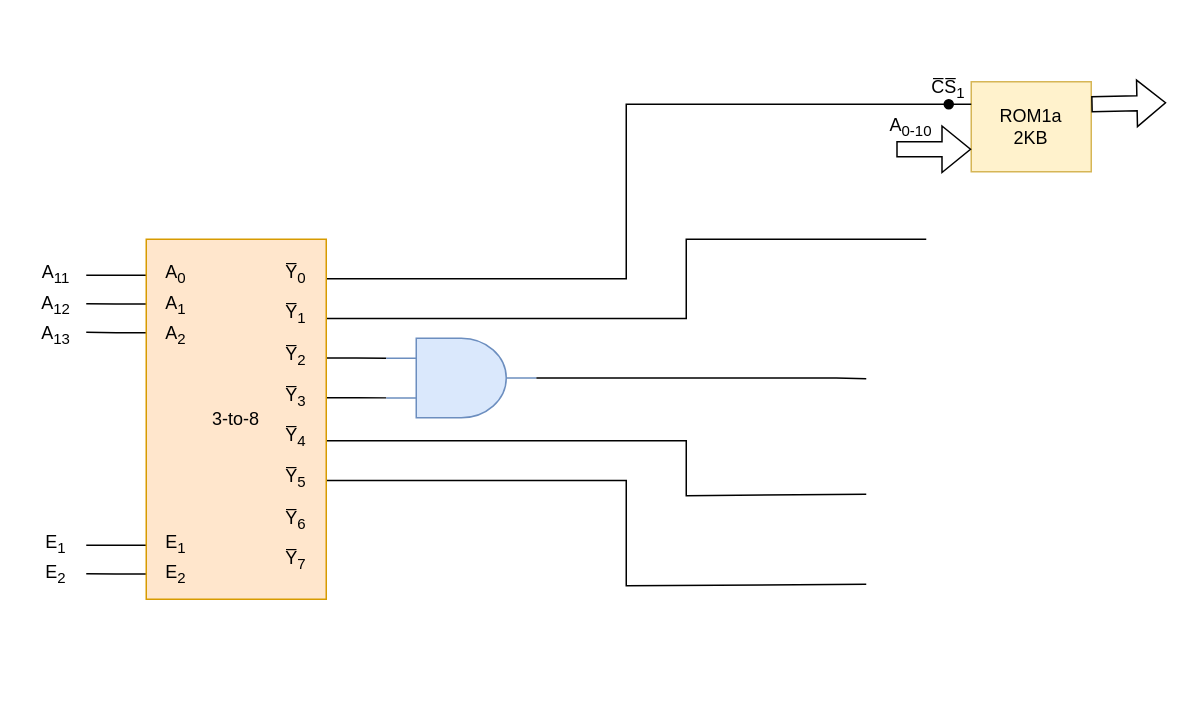
konstantinosk31/Microcomputer-Systems keeps this draw.io diagram as 2nd Series/Exercise6_Circuit.drawio. Above is the earlier version. Source tidied: cells renumbered, new cells numbered last; positions are measured from the earlier drawing's top-left corner, leaving out a move shared by most shapes. Both pictures are drawn from the tidied source at 150%, with x=0, y=0 at pixel (26, 74).
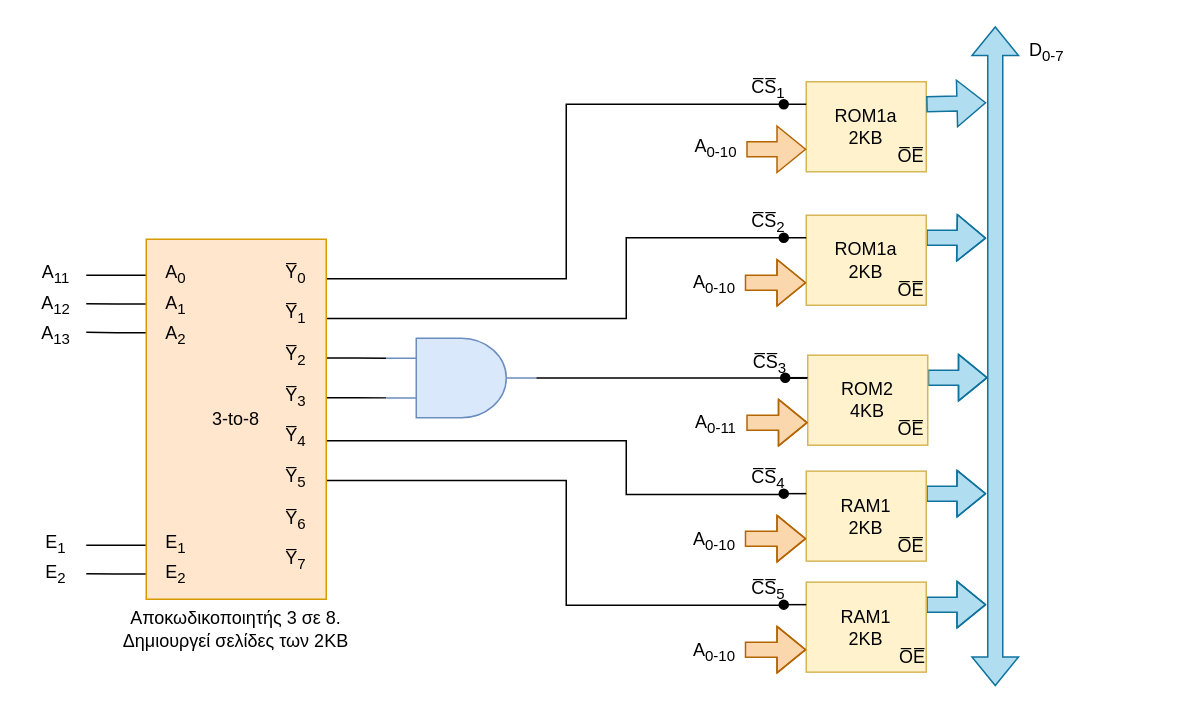
The same page after the edit.

Unchanged cells that the change refers to:
```xml
<mxCell id="13" value="&lt;div&gt;3-to-8&lt;/div&gt;" style="rounded=0;whiteSpace=wrap;html=1;points=[[0,0.1,0,0,0],[0,0.18,0,0,0],[0,0.26,0,0,0],[0,0.85,0,0,0],[0,0.93,0,0,0],[1,0.11,0,0,0],[1,0.22,0,0,0],[1,0.33,0,0,0],[1,0.44,0,0,0],[1,0.56,0,0,0],[1,0.67,0,0,0],[1,0.78,0,0,0],[1,0.89,0,0,0]];fillColor=#ffe6cc;strokeColor=#d79b00;" parent="1" vertex="1">
  <mxGeometry x="80" y="110" width="120" height="240" as="geometry" />
</mxCell>
<mxCell id="33" style="verticalLabelPosition=bottom;shadow=0;dashed=0;align=center;html=1;verticalAlign=top;shape=mxgraph.electrical.logic_gates.logic_gate;operation=and;rotation=0;fillColor=#dae8fc;strokeColor=#6c8ebf;" parent="1" vertex="1">
  <mxGeometry x="240" y="176" width="100" height="53" as="geometry" />
</mxCell>
```

Diff of the diagram source:
```diff
@@
-    <mxCell id="9" style="edgeStyle=orthogonalEdgeStyle;rounded=0;jettySize=auto;html=1;exitX=1;exitY=0.56;exitDx=0;exitDy=0;exitPerimeter=0;endArrow=none;endFill=0;" parent="1" edge="1" source="13">
+    <mxCell id="9" style="edgeStyle=orthogonalEdgeStyle;rounded=0;jettySize=auto;html=1;exitX=1;exitY=0.56;exitDx=0;exitDy=0;exitPerimeter=0;endArrow=none;endFill=0;entryX=0.853;entryY=1.01;entryDx=0;entryDy=0;entryPerimeter=0;" parent="1" edge="1" source="13" target="58">
       <mxGeometry relative="1" as="geometry">
-        <mxPoint x="560" y="280" as="targetPoint" />
         <Array as="points">
-          <mxPoint x="440" y="244" />
-          <mxPoint x="440" y="281" />
+          <mxPoint x="400" y="244" />
+          <mxPoint x="400" y="280" />
         </Array>
       </mxGeometry>
     </mxCell>
-    <mxCell id="10" style="edgeStyle=orthogonalEdgeStyle;rounded=0;jettySize=auto;html=1;exitX=1;exitY=0.67;exitDx=0;exitDy=0;exitPerimeter=0;endArrow=none;endFill=0;" parent="1" edge="1" source="13">
+    <mxCell id="10" style="edgeStyle=orthogonalEdgeStyle;rounded=0;jettySize=auto;html=1;exitX=1;exitY=0.67;exitDx=0;exitDy=0;exitPerimeter=0;endArrow=none;endFill=0;entryX=0.75;entryY=1;entryDx=0;entryDy=0;" parent="1" edge="1" source="13" target="64">
       <mxGeometry relative="1" as="geometry">
-        <mxPoint x="560" y="340" as="targetPoint" />
         <Array as="points">
-          <mxPoint x="400" y="271" />
-          <mxPoint x="400" y="341" />
+          <mxPoint x="360" y="271" />
+          <mxPoint x="360" y="354" />
         </Array>
       </mxGeometry>
     </mxCell>
-    <mxCell id="11" style="edgeStyle=orthogonalEdgeStyle;rounded=0;jettySize=auto;html=1;exitX=1;exitY=0.22;exitDx=0;exitDy=0;exitPerimeter=0;endArrow=none;endFill=0;" parent="1" edge="1" source="13">
+    <mxCell id="11" style="edgeStyle=orthogonalEdgeStyle;rounded=0;jettySize=auto;html=1;exitX=1;exitY=0.22;exitDx=0;exitDy=0;exitPerimeter=0;endArrow=none;endFill=0;entryX=0;entryY=0.25;entryDx=-15;entryDy=0;entryPerimeter=0;" parent="1" edge="1" source="13" target="42">
       <mxGeometry relative="1" as="geometry">
-        <mxPoint x="600" y="110" as="targetPoint" />
         <Array as="points">
-          <mxPoint x="440" y="163" />
-          <mxPoint x="440" y="110" />
+          <mxPoint x="400" y="163" />
+          <mxPoint x="400" y="109" />
         </Array>
       </mxGeometry>
     </mxCell>
     <mxCell id="12" style="edgeStyle=orthogonalEdgeStyle;rounded=0;jettySize=auto;html=1;exitX=1;exitY=0.11;exitDx=0;exitDy=0;exitPerimeter=0;endArrow=none;endFill=0;entryX=0;entryY=0.25;entryDx=-15;entryDy=0;entryPerimeter=0;" parent="1" edge="1" source="13" target="34">
       <mxGeometry relative="1" as="geometry">
         <Array as="points">
-          <mxPoint x="400" y="136" />
-          <mxPoint x="400" y="20" />
+          <mxPoint x="360" y="136" />
+          <mxPoint x="360" y="20" />
         </Array>
       </mxGeometry>
     </mxCell>
@@
-    <mxCell id="32" style="edgeStyle=orthogonalEdgeStyle;rounded=0;jettySize=auto;html=1;exitX=1;exitY=0.5;exitDx=0;exitDy=0;exitPerimeter=0;endArrow=none;endFill=0;" parent="1" edge="1" source="33">
+    <mxCell id="32" style="edgeStyle=orthogonalEdgeStyle;rounded=0;jettySize=auto;html=1;exitX=1;exitY=0.5;exitDx=0;exitDy=0;exitPerimeter=0;endArrow=none;endFill=0;entryX=0.75;entryY=1;entryDx=0;entryDy=0;" parent="1" edge="1" source="33" target="52">
       <mxGeometry relative="1" as="geometry">
-        <mxPoint x="560" y="203" as="targetPoint" />
         <Array as="points">
-          <mxPoint x="540" y="203" />
+          <mxPoint x="560" y="203" />
+          <mxPoint x="560" y="203" />
         </Array>
       </mxGeometry>
     </mxCell>
@@
     <mxCell id="34" value="&lt;div&gt;ROM1a&lt;/div&gt;&lt;div&gt;2KB&lt;br&gt;&lt;/div&gt;" style="rounded=0;whiteSpace=wrap;html=1;fillColor=#fff2cc;strokeColor=#d6b656;points=[[0,0,0,0,0],[0,0.25,0,-15,0],[0,0.25,0,0,0],[0,0.5,0,0,0],[0,0.75,0,0,0],[0,1,0,0,0],[0.25,0,0,0,0],[0.25,1,0,0,0],[0.5,0,0,0,0],[0.5,1,0,0,0],[0.75,0,0,0,0],[0.75,1,0,0,0],[1,0,0,0,0],[1,0.25,0,0,0],[1,0.5,0,0,0],[1,0.75,0,0,0],[1,1,0,0,0]];" parent="1" vertex="1">
-      <mxGeometry x="630" y="5" width="80" height="60" as="geometry" />
+      <mxGeometry x="520" y="5" width="80" height="60" as="geometry" />
     </mxCell>
@@
     <mxCell id="36" value="C̅S̅&lt;sub&gt;1&lt;/sub&gt;" style="text;html=1;align=center;verticalAlign=middle;whiteSpace=wrap;rounded=0;" parent="1" vertex="1">
-      <mxGeometry x="600" width="30" height="20" as="geometry" />
+      <mxGeometry x="480" width="30" height="20" as="geometry" />
     </mxCell>
-    <mxCell id="37" style="shape=flexArrow;endArrow=classic;html=1;rounded=0;entryX=0;entryY=0.75;entryDx=0;entryDy=0;entryPerimeter=0;" parent="1" edge="1" target="34">
-      <mxGeometry relative="1" as="geometry">
-        <mxPoint x="580" y="50" as="sourcePoint" />
-      </mxGeometry>
-    </mxCell>
     <mxCell id="38" value="A&lt;sub&gt;0-10&lt;/sub&gt;" style="text;html=1;align=center;verticalAlign=middle;whiteSpace=wrap;rounded=0;" parent="1" vertex="1">
-      <mxGeometry x="570" y="25" width="40" height="20" as="geometry" />
+      <mxGeometry x="440" y="39" width="40" height="20" as="geometry" />
     </mxCell>
-    <mxCell id="39" style="shape=flexArrow;endArrow=classic;html=1;rounded=0;exitX=1;exitY=0.25;exitDx=0;exitDy=0;exitPerimeter=0;" parent="1" edge="1" source="34">
+    <mxCell id="39" style="shape=flexArrow;endArrow=classic;html=1;rounded=0;exitX=1;exitY=0.25;exitDx=0;exitDy=0;exitPerimeter=0;fillColor=#b1ddf0;strokeColor=#10739e;" parent="1" edge="1" source="34">
       <mxGeometry relative="1" as="geometry">
-        <mxPoint x="760" y="19" as="targetPoint" />
+        <mxPoint x="640" y="19" as="targetPoint" />
       </mxGeometry>
     </mxCell>
+    <mxCell id="40" style="edgeStyle=orthogonalEdgeStyle;rounded=0;jettySize=auto;html=1;entryX=0;entryY=0.75;entryDx=0;entryDy=0;entryPerimeter=0;shape=flexArrow;fillColor=#fad7ac;strokeColor=#b46504;" parent="1" edge="1" source="38" target="34">
+      <mxGeometry relative="1" as="geometry">
+        <Array as="points">
+          <mxPoint x="470" y="50" />
+          <mxPoint x="470" y="50" />
+        </Array>
+      </mxGeometry>
+    </mxCell>
+    <mxCell id="41" style="edgeStyle=orthogonalEdgeStyle;rounded=0;jettySize=auto;html=1;exitX=1;exitY=0.25;exitDx=0;exitDy=0;exitPerimeter=0;shape=flexArrow;fillColor=#b1ddf0;strokeColor=#10739e;" parent="1" edge="1" source="42">
+      <mxGeometry relative="1" as="geometry">
+        <mxPoint x="640" y="109.3" as="targetPoint" />
+      </mxGeometry>
+    </mxCell>
+    <mxCell id="42" value="&lt;div&gt;ROM1a&lt;/div&gt;&lt;div&gt;2KB&lt;br&gt;&lt;/div&gt;" style="rounded=0;whiteSpace=wrap;html=1;fillColor=#fff2cc;strokeColor=#d6b656;points=[[0,0,0,0,0],[0,0.25,0,-15,0],[0,0.25,0,0,0],[0,0.5,0,0,0],[0,0.75,0,0,0],[0,1,0,0,0],[0.25,0,0,0,0],[0.25,1,0,0,0],[0.5,0,0,0,0],[0.5,1,0,0,0],[0.75,0,0,0,0],[0.75,1,0,0,0],[1,0,0,0,0],[1,0.25,0,0,0],[1,0.5,0,0,0],[1,0.75,0,0,0],[1,1,0,0,0]];" parent="1" vertex="1">
+      <mxGeometry x="520" y="94" width="80" height="60" as="geometry" />
+    </mxCell>
+    <mxCell id="43" value="A&lt;sub&gt;0-10&lt;/sub&gt;" style="text;html=1;align=center;verticalAlign=middle;whiteSpace=wrap;rounded=0;" parent="1" vertex="1">
+      <mxGeometry x="439" y="130" width="40" height="20" as="geometry" />
+    </mxCell>
+    <mxCell id="44" style="edgeStyle=orthogonalEdgeStyle;rounded=0;jettySize=auto;html=1;entryX=0;entryY=0.75;entryDx=0;entryDy=0;entryPerimeter=0;shape=flexArrow;fillColor=#fad7ac;strokeColor=#b46504;" parent="1" edge="1" source="43" target="42">
+      <mxGeometry relative="1" as="geometry">
+        <Array as="points">
+          <mxPoint x="500" y="139" />
+        </Array>
+      </mxGeometry>
+    </mxCell>
+    <mxCell id="45" style="edgeStyle=orthogonalEdgeStyle;rounded=0;jettySize=auto;html=1;exitX=0;exitY=0.25;exitDx=0;exitDy=0;exitPerimeter=0;entryX=0;entryY=0.25;entryDx=-15;entryDy=0;entryPerimeter=0;endArrow=oval;endFill=1;" parent="1" edge="1" source="42">
+      <mxGeometry relative="1" as="geometry">
+        <mxPoint x="505" y="109.4" as="targetPoint" />
+      </mxGeometry>
+    </mxCell>
+    <mxCell id="46" value="C̅S̅&lt;sub&gt;2&lt;/sub&gt;" style="text;html=1;align=center;verticalAlign=middle;whiteSpace=wrap;rounded=0;" parent="1" vertex="1">
+      <mxGeometry x="480" y="89.4" width="30" height="20" as="geometry" />
+    </mxCell>
+    <mxCell id="47" style="edgeStyle=orthogonalEdgeStyle;rounded=0;jettySize=auto;html=1;exitX=1;exitY=0.25;exitDx=0;exitDy=0;exitPerimeter=0;shape=flexArrow;fillColor=#b1ddf0;strokeColor=#10739e;" parent="1" edge="1" source="48">
+      <mxGeometry relative="1" as="geometry">
+        <mxPoint x="641" y="202.3" as="targetPoint" />
+      </mxGeometry>
+    </mxCell>
+    <mxCell id="48" value="&lt;div&gt;ROM2&lt;/div&gt;&lt;div&gt;4KB&lt;br&gt;&lt;/div&gt;" style="rounded=0;whiteSpace=wrap;html=1;fillColor=#fff2cc;strokeColor=#d6b656;points=[[0,0,0,0,0],[0,0.25,0,-15,0],[0,0.25,0,0,0],[0,0.5,0,0,0],[0,0.75,0,0,0],[0,1,0,0,0],[0.25,0,0,0,0],[0.25,1,0,0,0],[0.5,0,0,0,0],[0.5,1,0,0,0],[0.75,0,0,0,0],[0.75,1,0,0,0],[1,0,0,0,0],[1,0.25,0,0,0],[1,0.5,0,0,0],[1,0.75,0,0,0],[1,1,0,0,0]];" parent="1" vertex="1">
+      <mxGeometry x="521" y="187.3" width="80" height="60" as="geometry" />
+    </mxCell>
+    <mxCell id="49" value="A&lt;sub&gt;0-11&lt;/sub&gt;" style="text;html=1;align=center;verticalAlign=middle;whiteSpace=wrap;rounded=0;" parent="1" vertex="1">
+      <mxGeometry x="440" y="223.3" width="40" height="20" as="geometry" />
+    </mxCell>
+    <mxCell id="50" style="edgeStyle=orthogonalEdgeStyle;rounded=0;jettySize=auto;html=1;entryX=0;entryY=0.75;entryDx=0;entryDy=0;entryPerimeter=0;shape=flexArrow;fillColor=#fad7ac;strokeColor=#b46504;" parent="1" edge="1" source="49" target="48">
+      <mxGeometry relative="1" as="geometry">
+        <Array as="points">
+          <mxPoint x="501" y="232.3" />
+        </Array>
+      </mxGeometry>
+    </mxCell>
+    <mxCell id="51" style="edgeStyle=orthogonalEdgeStyle;rounded=0;jettySize=auto;html=1;exitX=0;exitY=0.25;exitDx=0;exitDy=0;exitPerimeter=0;entryX=0;entryY=0.25;entryDx=-15;entryDy=0;entryPerimeter=0;endArrow=oval;endFill=1;" parent="1" edge="1" source="48">
+      <mxGeometry relative="1" as="geometry">
+        <mxPoint x="506" y="202.7" as="targetPoint" />
+      </mxGeometry>
+    </mxCell>
+    <mxCell id="52" value="C̅S̅&lt;sub&gt;3&lt;/sub&gt;" style="text;html=1;align=center;verticalAlign=middle;whiteSpace=wrap;rounded=0;" parent="1" vertex="1">
+      <mxGeometry x="481" y="182.7" width="30" height="20" as="geometry" />
+    </mxCell>
+    <mxCell id="53" style="edgeStyle=orthogonalEdgeStyle;rounded=0;jettySize=auto;html=1;exitX=1;exitY=0.25;exitDx=0;exitDy=0;exitPerimeter=0;shape=flexArrow;fillColor=#b1ddf0;strokeColor=#10739e;" parent="1" edge="1" source="54">
+      <mxGeometry relative="1" as="geometry">
+        <mxPoint x="640" y="279.6" as="targetPoint" />
+      </mxGeometry>
+    </mxCell>
+    <mxCell id="54" value="&lt;div&gt;RAM1&lt;/div&gt;&lt;div&gt;2KB&lt;br&gt;&lt;/div&gt;" style="rounded=0;whiteSpace=wrap;html=1;fillColor=#fff2cc;strokeColor=#d6b656;points=[[0,0,0,0,0],[0,0.25,0,-15,0],[0,0.25,0,0,0],[0,0.5,0,0,0],[0,0.75,0,0,0],[0,1,0,0,0],[0.25,0,0,0,0],[0.25,1,0,0,0],[0.5,0,0,0,0],[0.5,1,0,0,0],[0.75,0,0,0,0],[0.75,1,0,0,0],[1,0,0,0,0],[1,0.25,0,0,0],[1,0.5,0,0,0],[1,0.75,0,0,0],[1,1,0,0,0]];" parent="1" vertex="1">
+      <mxGeometry x="520" y="264.6" width="80" height="60" as="geometry" />
+    </mxCell>
+    <mxCell id="55" value="A&lt;sub&gt;0-10&lt;/sub&gt;" style="text;html=1;align=center;verticalAlign=middle;whiteSpace=wrap;rounded=0;" parent="1" vertex="1">
+      <mxGeometry x="439" y="300.6" width="40" height="20" as="geometry" />
+    </mxCell>
+    <mxCell id="56" style="edgeStyle=orthogonalEdgeStyle;rounded=0;jettySize=auto;html=1;entryX=0;entryY=0.75;entryDx=0;entryDy=0;entryPerimeter=0;shape=flexArrow;fillColor=#fad7ac;strokeColor=#b46504;" parent="1" edge="1" source="55" target="54">
+      <mxGeometry relative="1" as="geometry">
+        <Array as="points">
+          <mxPoint x="500" y="309.6" />
+        </Array>
+      </mxGeometry>
+    </mxCell>
+    <mxCell id="57" style="edgeStyle=orthogonalEdgeStyle;rounded=0;jettySize=auto;html=1;exitX=0;exitY=0.25;exitDx=0;exitDy=0;exitPerimeter=0;entryX=0;entryY=0.25;entryDx=-15;entryDy=0;entryPerimeter=0;endArrow=oval;endFill=1;" parent="1" edge="1" source="54">
+      <mxGeometry relative="1" as="geometry">
+        <mxPoint x="505" y="280" as="targetPoint" />
+      </mxGeometry>
+    </mxCell>
+    <mxCell id="58" value="C̅S̅&lt;sub&gt;4&lt;/sub&gt;" style="text;html=1;align=center;verticalAlign=middle;whiteSpace=wrap;rounded=0;" parent="1" vertex="1">
+      <mxGeometry x="480" y="260" width="30" height="20" as="geometry" />
+    </mxCell>
+    <mxCell id="59" style="edgeStyle=orthogonalEdgeStyle;rounded=0;jettySize=auto;html=1;exitX=1;exitY=0.25;exitDx=0;exitDy=0;exitPerimeter=0;shape=flexArrow;fillColor=#b1ddf0;strokeColor=#10739e;" parent="1" edge="1" source="60">
+      <mxGeometry relative="1" as="geometry">
+        <mxPoint x="640" y="353.6" as="targetPoint" />
+      </mxGeometry>
+    </mxCell>
+    <mxCell id="60" value="&lt;div&gt;RAM1&lt;/div&gt;&lt;div&gt;2KB&lt;br&gt;&lt;/div&gt;" style="rounded=0;whiteSpace=wrap;html=1;fillColor=#fff2cc;strokeColor=#d6b656;points=[[0,0,0,0,0],[0,0.25,0,-15,0],[0,0.25,0,0,0],[0,0.5,0,0,0],[0,0.75,0,0,0],[0,1,0,0,0],[0.25,0,0,0,0],[0.25,1,0,0,0],[0.5,0,0,0,0],[0.5,1,0,0,0],[0.75,0,0,0,0],[0.75,1,0,0,0],[1,0,0,0,0],[1,0.25,0,0,0],[1,0.5,0,0,0],[1,0.75,0,0,0],[1,1,0,0,0]];" parent="1" vertex="1">
+      <mxGeometry x="520" y="338.6" width="80" height="60" as="geometry" />
+    </mxCell>
+    <mxCell id="61" value="A&lt;sub&gt;0-10&lt;/sub&gt;" style="text;html=1;align=center;verticalAlign=middle;whiteSpace=wrap;rounded=0;" parent="1" vertex="1">
+      <mxGeometry x="439" y="374.6" width="40" height="20" as="geometry" />
+    </mxCell>
+    <mxCell id="62" style="edgeStyle=orthogonalEdgeStyle;rounded=0;jettySize=auto;html=1;entryX=0;entryY=0.75;entryDx=0;entryDy=0;entryPerimeter=0;shape=flexArrow;fillColor=#fad7ac;strokeColor=#b46504;" parent="1" edge="1" source="61" target="60">
+      <mxGeometry relative="1" as="geometry">
+        <Array as="points">
+          <mxPoint x="500" y="383.6" />
+        </Array>
+      </mxGeometry>
+    </mxCell>
+    <mxCell id="63" style="edgeStyle=orthogonalEdgeStyle;rounded=0;jettySize=auto;html=1;exitX=0;exitY=0.25;exitDx=0;exitDy=0;exitPerimeter=0;entryX=0;entryY=0.25;entryDx=-15;entryDy=0;entryPerimeter=0;endArrow=oval;endFill=1;" parent="1" edge="1" source="60">
+      <mxGeometry relative="1" as="geometry">
+        <mxPoint x="505" y="354" as="targetPoint" />
+      </mxGeometry>
+    </mxCell>
+    <mxCell id="64" value="C̅S̅&lt;sub&gt;5&lt;/sub&gt;" style="text;html=1;align=center;verticalAlign=middle;whiteSpace=wrap;rounded=0;" parent="1" vertex="1">
+      <mxGeometry x="480" y="334" width="30" height="20" as="geometry" />
+    </mxCell>
+    <mxCell id="65" value="&lt;div&gt;Αποκωδικοποιητής 3 σε 8.&lt;/div&gt;&lt;div&gt;Δημιουργεί σελίδες των 2KB&lt;br&gt;&lt;/div&gt;" style="text;html=1;align=center;verticalAlign=middle;whiteSpace=wrap;rounded=0;" parent="1" vertex="1">
+      <mxGeometry x="60" y="350" width="160" height="40" as="geometry" />
+    </mxCell>
+    <mxCell id="66" style="shape=flexArrow;endArrow=classic;startArrow=classic;html=1;rounded=0;fillColor=#b1ddf0;strokeColor=#10739e;" parent="1" edge="1">
+      <mxGeometry relative="1" as="geometry">
+        <mxPoint x="646" y="408" as="sourcePoint" />
+        <mxPoint x="646" y="-32" as="targetPoint" />
+      </mxGeometry>
+    </mxCell>
+    <mxCell id="67" value="D&lt;sub&gt;0-7&lt;/sub&gt;" style="text;html=1;align=center;verticalAlign=middle;strokeColor=none;fillColor=none;" parent="1" vertex="1">
+      <mxGeometry x="655" y="-30" width="50" height="30" as="geometry" />
+    </mxCell>
+    <mxCell id="68" value="O̅E̅" style="text;html=1;align=center;verticalAlign=middle;whiteSpace=wrap;rounded=0;rotation=0;" parent="1" vertex="1">
+      <mxGeometry x="580" y="45" width="20" height="20" as="geometry" />
+    </mxCell>
+    <mxCell id="69" value="O̅E̅" style="text;html=1;align=center;verticalAlign=middle;whiteSpace=wrap;rounded=0;rotation=0;" parent="1" vertex="1">
+      <mxGeometry x="580" y="134" width="20" height="20" as="geometry" />
+    </mxCell>
+    <mxCell id="70" value="O̅E̅" style="text;html=1;align=center;verticalAlign=middle;whiteSpace=wrap;rounded=0;rotation=0;" parent="1" vertex="1">
+      <mxGeometry x="580" y="227.3" width="20" height="20" as="geometry" />
+    </mxCell>
+    <mxCell id="71" value="O̅E̅" style="text;html=1;align=center;verticalAlign=middle;whiteSpace=wrap;rounded=0;rotation=0;" parent="1" vertex="1">
+      <mxGeometry x="580" y="304.6" width="20" height="20" as="geometry" />
+    </mxCell>
+    <mxCell id="72" value="O̅E̅" style="text;html=1;align=center;verticalAlign=middle;whiteSpace=wrap;rounded=0;rotation=0;" parent="1" vertex="1">
+      <mxGeometry x="581" y="378.6" width="20" height="20" as="geometry" />
+    </mxCell>
```
